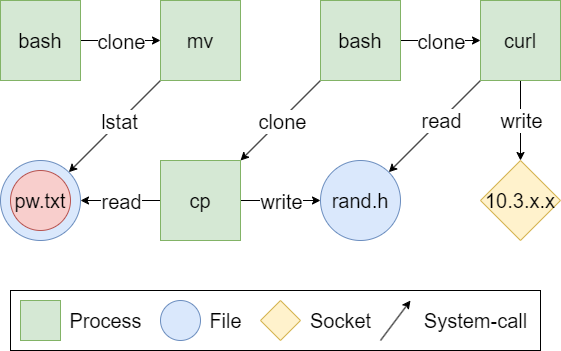
jctemp/paper-gnn-shadewatcher keeps this draw.io diagram as figures/shadewatcher-illustrations-pg-example.drawio.png. Above is the earlier version. Source tidied: cells renumbered, new cells last; positions are measured from the earlier drawing's top-left corner, leaving out a move shared by most shapes.
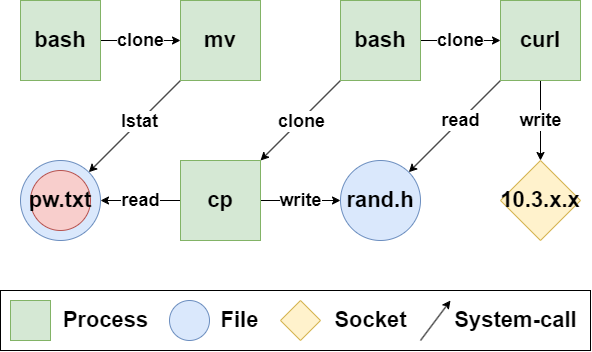
Above is the later version.

Commit message:
fix: make illustrations more readable

The edit, as a diff of the source:
```diff
@@ -2,133 +2,133 @@
   <root>
     <mxCell id="0" />
     <mxCell id="1" parent="0" />
-    <mxCell id="2" style="edgeStyle=orthogonalEdgeStyle;rounded=0;jettySize=auto;html=1;exitX=1;exitY=0.5;exitDx=0;exitDy=0;entryX=0;entryY=0.5;entryDx=0;entryDy=0;fontSize=20;" parent="1" edge="1" source="4" target="8">
+    <mxCell id="2" style="edgeStyle=orthogonalEdgeStyle;rounded=0;jettySize=auto;html=1;exitX=1;exitY=0.5;exitDx=0;exitDy=0;entryX=0;entryY=0.5;entryDx=0;entryDy=0;fontSize=22;fontStyle=1;" parent="1" edge="1" source="4" target="8">
       <mxGeometry relative="1" as="geometry" />
     </mxCell>
-    <mxCell id="3" value="clone" style="edgeLabel;html=1;align=center;verticalAlign=middle;fontSize=20;" parent="2" vertex="1">
+    <mxCell id="3" value="clone" style="edgeLabel;html=1;align=center;verticalAlign=middle;fontSize=18;fontStyle=1;" parent="2" vertex="1">
       <mxGeometry x="-0.32" y="-5" relative="1" as="geometry">
         <mxPoint x="13" y="-5" as="offset" />
       </mxGeometry>
     </mxCell>
-    <mxCell id="4" value="&lt;font style=&quot;font-size: 20px;&quot;&gt;bash&lt;/font&gt;" style="whiteSpace=wrap;html=1;fillColor=#d5e8d4;strokeColor=#82b366;rounded=0;fontSize=20;" parent="1" vertex="1">
+    <mxCell id="4" value="&lt;font style=&quot;font-size: 22px;&quot;&gt;bash&lt;/font&gt;" style="whiteSpace=wrap;html=1;fillColor=#d5e8d4;strokeColor=#82b366;rounded=0;fontSize=22;fontStyle=1;" parent="1" vertex="1">
       <mxGeometry width="80" height="80" as="geometry" />
     </mxCell>
-    <mxCell id="5" value="10.3.x.x" style="rhombus;whiteSpace=wrap;html=1;fillColor=#fff2cc;strokeColor=#d6b656;rounded=0;fontSize=20;" parent="1" vertex="1">
+    <mxCell id="5" value="10.3.x.x" style="rhombus;whiteSpace=wrap;html=1;fillColor=#fff2cc;strokeColor=#d6b656;rounded=0;fontSize=22;fontStyle=1;" parent="1" vertex="1">
       <mxGeometry x="480" y="160" width="80" height="80" as="geometry" />
     </mxCell>
-    <mxCell id="6" style="rounded=0;jettySize=auto;html=1;exitX=0;exitY=1;exitDx=0;exitDy=0;entryX=1;entryY=0;entryDx=0;entryDy=0;fontSize=20;" parent="1" edge="1" source="8">
+    <mxCell id="6" style="rounded=0;jettySize=auto;html=1;exitX=0;exitY=1;exitDx=0;exitDy=0;entryX=1;entryY=0;entryDx=0;entryDy=0;fontSize=22;fontStyle=1;" parent="1" edge="1" source="8">
       <mxGeometry relative="1" as="geometry">
         <mxPoint x="68.3" y="171.7" as="targetPoint" />
       </mxGeometry>
     </mxCell>
-    <mxCell id="7" value="lstat" style="edgeLabel;html=1;align=center;verticalAlign=middle;fontSize=20;" parent="6" vertex="1">
+    <mxCell id="7" value="lstat" style="edgeLabel;html=1;align=center;verticalAlign=middle;fontSize=18;fontStyle=1;" parent="6" vertex="1">
       <mxGeometry x="-0.21" relative="1" as="geometry">
         <mxPoint x="-5" y="4" as="offset" />
       </mxGeometry>
     </mxCell>
-    <mxCell id="8" value="&lt;font style=&quot;font-size: 20px;&quot;&gt;mv&lt;/font&gt;" style="whiteSpace=wrap;html=1;fillColor=#d5e8d4;strokeColor=#82b366;rounded=0;fontSize=20;" parent="1" vertex="1">
+    <mxCell id="8" value="&lt;font style=&quot;font-size: 22px;&quot;&gt;mv&lt;/font&gt;" style="whiteSpace=wrap;html=1;fillColor=#d5e8d4;strokeColor=#82b366;rounded=0;fontSize=22;fontStyle=1;" parent="1" vertex="1">
       <mxGeometry x="160" width="80" height="80" as="geometry" />
     </mxCell>
-    <mxCell id="9" style="rounded=0;jettySize=auto;html=1;exitX=0;exitY=1;exitDx=0;exitDy=0;entryX=1;entryY=0;entryDx=0;entryDy=0;fontSize=20;" parent="1" edge="1" source="13" target="18">
+    <mxCell id="9" style="rounded=0;jettySize=auto;html=1;exitX=0;exitY=1;exitDx=0;exitDy=0;entryX=1;entryY=0;entryDx=0;entryDy=0;fontSize=22;fontStyle=1;" parent="1" edge="1" source="13" target="18">
       <mxGeometry relative="1" as="geometry" />
     </mxCell>
-    <mxCell id="10" value="clone" style="edgeLabel;html=1;align=center;verticalAlign=middle;fontSize=20;" parent="9" vertex="1">
+    <mxCell id="10" value="clone" style="edgeLabel;html=1;align=center;verticalAlign=middle;fontSize=18;fontStyle=1;" parent="9" vertex="1">
       <mxGeometry x="0.21" y="2" relative="1" as="geometry">
         <mxPoint x="8" y="-9" as="offset" />
       </mxGeometry>
     </mxCell>
-    <mxCell id="11" style="edgeStyle=orthogonalEdgeStyle;rounded=0;jettySize=auto;html=1;exitX=1;exitY=0.5;exitDx=0;exitDy=0;entryX=0;entryY=0.5;entryDx=0;entryDy=0;fontSize=20;" parent="1" edge="1" source="13" target="24">
+    <mxCell id="11" style="edgeStyle=orthogonalEdgeStyle;rounded=0;jettySize=auto;html=1;exitX=1;exitY=0.5;exitDx=0;exitDy=0;entryX=0;entryY=0.5;entryDx=0;entryDy=0;fontSize=22;fontStyle=1;" parent="1" edge="1" source="13" target="24">
       <mxGeometry relative="1" as="geometry" />
     </mxCell>
-    <mxCell id="12" value="clone" style="edgeLabel;html=1;align=center;verticalAlign=middle;fontSize=20;" parent="11" vertex="1">
+    <mxCell id="12" value="clone" style="edgeLabel;html=1;align=center;verticalAlign=middle;fontSize=18;fontStyle=1;" parent="11" vertex="1">
       <mxGeometry x="0.19" y="3" relative="1" as="geometry">
         <mxPoint x="-8" y="3" as="offset" />
       </mxGeometry>
     </mxCell>
-    <mxCell id="13" value="&lt;font style=&quot;font-size: 20px;&quot;&gt;bash&lt;/font&gt;" style="whiteSpace=wrap;html=1;fillColor=#d5e8d4;strokeColor=#82b366;rounded=0;fontSize=20;" parent="1" vertex="1">
+    <mxCell id="13" value="&lt;font style=&quot;font-size: 22px;&quot;&gt;bash&lt;/font&gt;" style="whiteSpace=wrap;html=1;fillColor=#d5e8d4;strokeColor=#82b366;rounded=0;fontSize=22;fontStyle=1;" parent="1" vertex="1">
       <mxGeometry x="320" width="80" height="80" as="geometry" />
     </mxCell>
-    <mxCell id="14" style="rounded=0;jettySize=auto;html=1;exitX=0;exitY=0.5;exitDx=0;exitDy=0;entryX=1;entryY=0.5;entryDx=0;entryDy=0;fontSize=20;" parent="1" edge="1" source="18">
+    <mxCell id="14" style="rounded=0;jettySize=auto;html=1;exitX=0;exitY=0.5;exitDx=0;exitDy=0;entryX=1;entryY=0.5;entryDx=0;entryDy=0;fontSize=22;fontStyle=1;" parent="1" edge="1" source="18">
       <mxGeometry relative="1" as="geometry">
         <mxPoint x="80" y="200" as="targetPoint" />
       </mxGeometry>
     </mxCell>
-    <mxCell id="15" value="read" style="edgeLabel;html=1;align=center;verticalAlign=middle;fontSize=20;" parent="14" vertex="1">
+    <mxCell id="15" value="read" style="edgeLabel;html=1;align=center;verticalAlign=middle;fontSize=18;fontStyle=1;" parent="14" vertex="1">
       <mxGeometry x="-0.33" y="5" relative="1" as="geometry">
         <mxPoint x="-13" y="-5" as="offset" />
       </mxGeometry>
     </mxCell>
-    <mxCell id="16" style="edgeStyle=orthogonalEdgeStyle;rounded=0;jettySize=auto;html=1;exitX=1;exitY=0.5;exitDx=0;exitDy=0;entryX=0;entryY=0.5;entryDx=0;entryDy=0;fontSize=20;" parent="1" edge="1" source="18" target="19">
+    <mxCell id="16" style="edgeStyle=orthogonalEdgeStyle;rounded=0;jettySize=auto;html=1;exitX=1;exitY=0.5;exitDx=0;exitDy=0;entryX=0;entryY=0.5;entryDx=0;entryDy=0;fontSize=22;fontStyle=1;" parent="1" edge="1" source="18" target="19">
       <mxGeometry relative="1" as="geometry" />
     </mxCell>
-    <mxCell id="17" value="write" style="edgeLabel;html=1;align=center;verticalAlign=middle;fontSize=20;" parent="16" vertex="1">
+    <mxCell id="17" value="write" style="edgeLabel;html=1;align=center;verticalAlign=middle;fontSize=18;fontStyle=1;" parent="16" vertex="1">
       <mxGeometry x="0.17" y="1" relative="1" as="geometry">
         <mxPoint x="-7" y="1" as="offset" />
       </mxGeometry>
     </mxCell>
-    <mxCell id="18" value="&lt;font style=&quot;font-size: 20px;&quot;&gt;cp&lt;br style=&quot;font-size: 20px;&quot;&gt;&lt;/font&gt;" style="whiteSpace=wrap;html=1;fillColor=#d5e8d4;strokeColor=#82b366;rounded=0;fontSize=20;" parent="1" vertex="1">
+    <mxCell id="18" value="&lt;font style=&quot;font-size: 22px;&quot;&gt;cp&lt;br style=&quot;font-size: 22px;&quot;&gt;&lt;/font&gt;" style="whiteSpace=wrap;html=1;fillColor=#d5e8d4;strokeColor=#82b366;rounded=0;fontSize=22;fontStyle=1;" parent="1" vertex="1">
       <mxGeometry x="160" y="160" width="80" height="80" as="geometry" />
     </mxCell>
-    <mxCell id="19" value="&lt;font style=&quot;font-size: 20px;&quot;&gt;rand.h&lt;/font&gt;" style="ellipse;whiteSpace=wrap;html=1;fillColor=#dae8fc;strokeColor=#6c8ebf;rounded=0;fontSize=20;" parent="1" vertex="1">
+    <mxCell id="19" value="&lt;font style=&quot;font-size: 22px;&quot;&gt;rand.h&lt;/font&gt;" style="ellipse;whiteSpace=wrap;html=1;fillColor=#dae8fc;strokeColor=#6c8ebf;rounded=0;fontSize=22;fontStyle=1;" parent="1" vertex="1">
       <mxGeometry x="320" y="160" width="80" height="80" as="geometry" />
     </mxCell>
-    <mxCell id="20" style="rounded=0;jettySize=auto;html=1;exitX=0;exitY=1;exitDx=0;exitDy=0;entryX=1;entryY=0;entryDx=0;entryDy=0;fontSize=20;" parent="1" edge="1" source="24" target="19">
+    <mxCell id="20" style="rounded=0;jettySize=auto;html=1;exitX=0;exitY=1;exitDx=0;exitDy=0;entryX=1;entryY=0;entryDx=0;entryDy=0;fontSize=22;fontStyle=1;" parent="1" edge="1" source="24" target="19">
       <mxGeometry relative="1" as="geometry" />
     </mxCell>
-    <mxCell id="21" value="read" style="edgeLabel;html=1;align=center;verticalAlign=middle;fontSize=20;" parent="20" vertex="1">
+    <mxCell id="21" value="read" style="edgeLabel;html=1;align=center;verticalAlign=middle;fontSize=18;fontStyle=1;" parent="20" vertex="1">
       <mxGeometry x="0.28" y="3" relative="1" as="geometry">
         <mxPoint x="17" y="-21" as="offset" />
       </mxGeometry>
     </mxCell>
-    <mxCell id="22" style="edgeStyle=orthogonalEdgeStyle;rounded=0;jettySize=auto;html=1;exitX=0.5;exitY=1;exitDx=0;exitDy=0;entryX=0.5;entryY=0;entryDx=0;entryDy=0;fontSize=20;" parent="1" edge="1" source="24" target="5">
+    <mxCell id="22" style="edgeStyle=orthogonalEdgeStyle;rounded=0;jettySize=auto;html=1;exitX=0.5;exitY=1;exitDx=0;exitDy=0;entryX=0.5;entryY=0;entryDx=0;entryDy=0;fontSize=22;fontStyle=1;" parent="1" edge="1" source="24" target="5">
       <mxGeometry relative="1" as="geometry" />
     </mxCell>
-    <mxCell id="23" value="write" style="edgeLabel;html=1;align=center;verticalAlign=middle;fontSize=20;" parent="22" vertex="1">
+    <mxCell id="23" value="write" style="edgeLabel;html=1;align=center;verticalAlign=middle;fontSize=18;fontStyle=1;" parent="22" vertex="1">
       <mxGeometry x="-0.57" y="-5" relative="1" as="geometry">
         <mxPoint x="5" y="22" as="offset" />
       </mxGeometry>
     </mxCell>
-    <mxCell id="24" value="&lt;font style=&quot;font-size: 20px;&quot;&gt;curl&lt;br style=&quot;font-size: 20px;&quot;&gt;&lt;/font&gt;" style="whiteSpace=wrap;html=1;fillColor=#d5e8d4;strokeColor=#82b366;rounded=0;fontSize=20;" parent="1" vertex="1">
+    <mxCell id="24" value="&lt;font style=&quot;font-size: 22px;&quot;&gt;curl&lt;br style=&quot;font-size: 22px;&quot;&gt;&lt;/font&gt;" style="whiteSpace=wrap;html=1;fillColor=#d5e8d4;strokeColor=#82b366;rounded=0;fontSize=22;fontStyle=1;" parent="1" vertex="1">
       <mxGeometry x="480" width="80" height="80" as="geometry" />
     </mxCell>
-    <mxCell id="25" style="ellipse;whiteSpace=wrap;html=1;fillColor=#dae8fc;strokeColor=#6c8ebf;rounded=0;fontSize=20;" parent="1" vertex="1">
+    <mxCell id="25" style="ellipse;whiteSpace=wrap;html=1;fillColor=#dae8fc;strokeColor=#6c8ebf;rounded=0;fontSize=22;fontStyle=1;" parent="1" vertex="1">
       <mxGeometry y="160" width="80" height="80" as="geometry" />
     </mxCell>
-    <mxCell id="26" value="pw.txt" style="ellipse;whiteSpace=wrap;html=1;fillColor=#f8cecc;strokeColor=#b85450;rounded=0;fontSize=20;" parent="1" vertex="1">
+    <mxCell id="26" value="pw.txt" style="ellipse;whiteSpace=wrap;html=1;fillColor=#f8cecc;strokeColor=#b85450;rounded=0;fontSize=22;fontStyle=1;" parent="1" vertex="1">
       <mxGeometry x="10" y="170" width="60" height="60" as="geometry" />
     </mxCell>
-    <mxCell id="27" style="group;" parent="1" vertex="1">
-      <mxGeometry x="10" y="290" width="530" height="60" as="geometry" />
-    </mxCell>
+    <mxCell id="37" style="group;" parent="1" vertex="1">
+      <mxGeometry x="-20" y="290" width="590" height="60" as="geometry" />
+    </mxCell>
-    <mxCell id="28" style="rounded=0;whiteSpace=wrap;html=1;fontSize=20;" parent="27" vertex="1">
-      <mxGeometry width="530" height="60" as="geometry" />
+    <mxCell id="28" style="rounded=0;whiteSpace=wrap;html=1;fontSize=22;fontStyle=1;" parent="37" vertex="1">
+      <mxGeometry width="590" height="60" as="geometry" />
     </mxCell>
-    <mxCell id="29" style="whiteSpace=wrap;html=1;fillColor=#d5e8d4;strokeColor=#82b366;rounded=0;fontSize=20;" parent="27" vertex="1">
+    <mxCell id="29" style="whiteSpace=wrap;html=1;fillColor=#d5e8d4;strokeColor=#82b366;rounded=0;fontSize=22;fontStyle=1;" parent="37" vertex="1">
       <mxGeometry x="10" y="10" width="40" height="40" as="geometry" />
     </mxCell>
-    <mxCell id="30" style="ellipse;whiteSpace=wrap;html=1;fillColor=#dae8fc;strokeColor=#6c8ebf;rounded=0;fontSize=20;" parent="27" vertex="1">
-      <mxGeometry x="150" y="10" width="40" height="40" as="geometry" />
+    <mxCell id="30" style="ellipse;whiteSpace=wrap;html=1;fillColor=#dae8fc;strokeColor=#6c8ebf;rounded=0;fontSize=22;fontStyle=1;" parent="37" vertex="1">
+      <mxGeometry x="169" y="10" width="40" height="40" as="geometry" />
     </mxCell>
-    <mxCell id="31" style="rhombus;whiteSpace=wrap;html=1;fillColor=#fff2cc;strokeColor=#d6b656;rounded=0;fontSize=20;" parent="27" vertex="1">
-      <mxGeometry x="250" y="10" width="40" height="40" as="geometry" />
+    <mxCell id="31" style="rhombus;whiteSpace=wrap;html=1;fillColor=#fff2cc;strokeColor=#d6b656;rounded=0;fontSize=22;fontStyle=1;" parent="37" vertex="1">
+      <mxGeometry x="280" y="10" width="40" height="40" as="geometry" />
     </mxCell>
-    <mxCell id="32" value="Process" style="text;html=1;align=center;verticalAlign=middle;strokeColor=none;fillColor=none;fontSize=20;" parent="27" vertex="1">
-      <mxGeometry x="45" y="10" width="100" height="40" as="geometry" />
+    <mxCell id="32" value="Process" style="text;html=1;align=center;verticalAlign=middle;strokeColor=none;fillColor=none;fontSize=22;fontStyle=1;" parent="37" vertex="1">
+      <mxGeometry x="50" y="10" width="110" height="40" as="geometry" />
     </mxCell>
-    <mxCell id="33" value="File" style="text;html=1;align=center;verticalAlign=middle;strokeColor=none;fillColor=none;fontSize=20;" parent="27" vertex="1">
-      <mxGeometry x="185" y="10" width="60" height="40" as="geometry" />
+    <mxCell id="33" value="File" style="text;html=1;align=center;verticalAlign=middle;strokeColor=none;fillColor=none;fontSize=22;fontStyle=1;" parent="37" vertex="1">
+      <mxGeometry x="209" y="10" width="60" height="40" as="geometry" />
     </mxCell>
-    <mxCell id="34" value="Socket" style="text;html=1;align=center;verticalAlign=middle;strokeColor=none;fillColor=none;fontSize=20;" parent="27" vertex="1">
-      <mxGeometry x="290" y="10" width="80" height="40" as="geometry" />
+    <mxCell id="34" value="Socket" style="text;html=1;align=center;verticalAlign=middle;strokeColor=none;fillColor=none;fontSize=22;fontStyle=1;" parent="37" vertex="1">
+      <mxGeometry x="320" y="10" width="100" height="40" as="geometry" />
     </mxCell>
-    <mxCell id="35" style="endArrow=classic;html=1;rounded=0;fontSize=20;" parent="27" edge="1">
+    <mxCell id="35" style="endArrow=classic;html=1;rounded=0;fontSize=22;fontStyle=1;" parent="37" edge="1">
       <mxGeometry relative="1" as="geometry">
-        <mxPoint x="370" y="50" as="sourcePoint" />
-        <mxPoint x="400" y="10" as="targetPoint" />
+        <mxPoint x="420" y="50" as="sourcePoint" />
+        <mxPoint x="450" y="10" as="targetPoint" />
       </mxGeometry>
     </mxCell>
-    <mxCell id="36" value="System-call" style="text;html=1;align=center;verticalAlign=middle;strokeColor=none;fillColor=none;fontSize=20;" parent="27" vertex="1">
-      <mxGeometry x="400" y="10" width="130" height="40" as="geometry" />
+    <mxCell id="36" value="System-call" style="text;html=1;align=center;verticalAlign=middle;strokeColor=none;fillColor=none;fontSize=22;fontStyle=1;" parent="37" vertex="1">
+      <mxGeometry x="440" y="10" width="150" height="40" as="geometry" />
     </mxCell>
   </root>
 </mxGraphModel>
```
